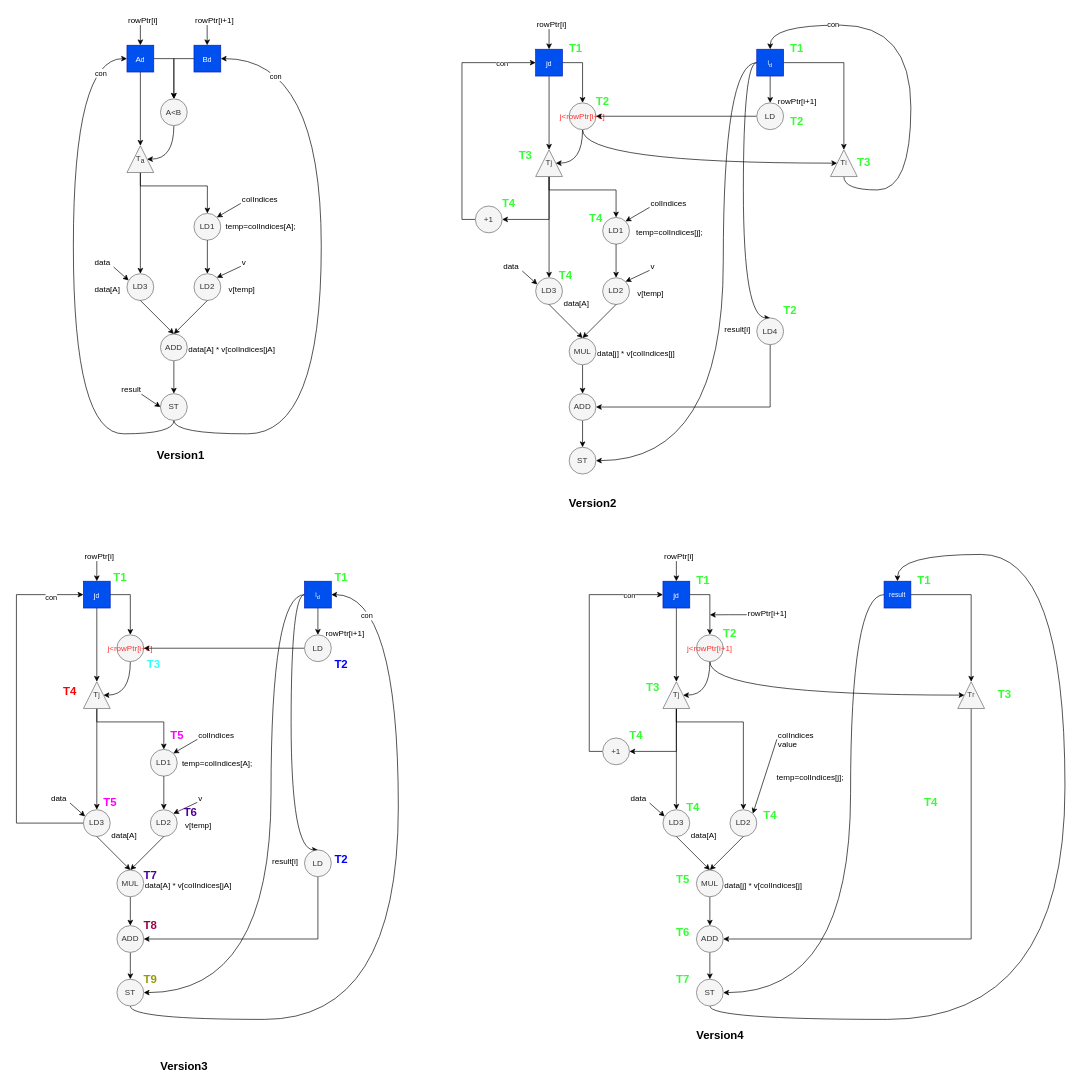
The draw.io diagram test01.drawio in HPC-SDC/Operator, before the edit. Source tidied: cells renumbered, new cells numbered last; positions are measured from the earlier drawing's top-left corner, leaving out a move shared by most shapes. Both pictures are drawn from the tidied source at 67%, with x=0, y=0 at pixel (16, 11).
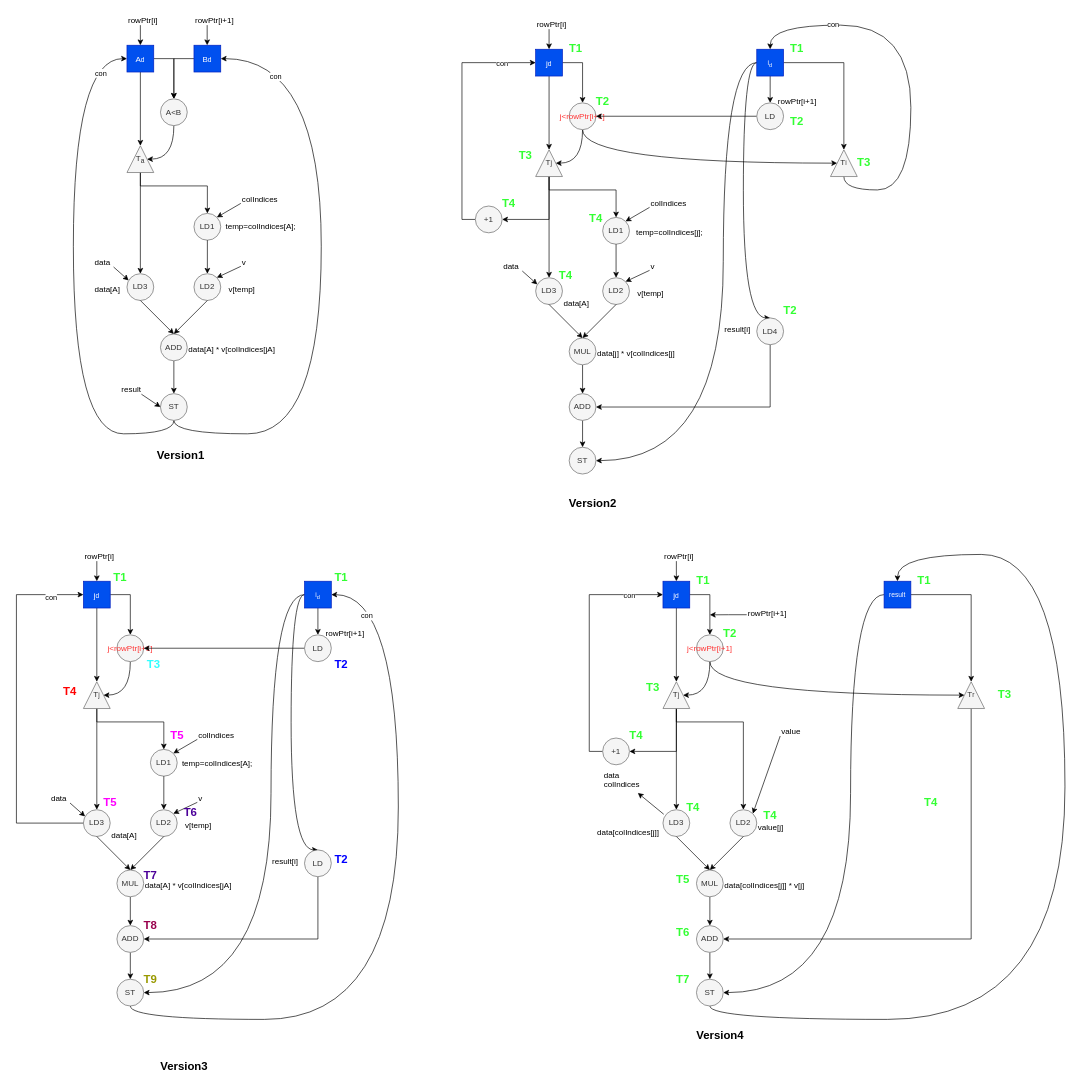
The same page after the edit.

The change refers to these unchanged cells:
```xml
<mxCell id="161" value="LD3" style="ellipse;whiteSpace=wrap;html=1;fillColor=#f5f5f5;fontColor=#333333;strokeColor=#666666;" parent="1" vertex="1">
  <mxGeometry x="965" y="1191" width="40" height="40" as="geometry" />
</mxCell>
```

The edit, as a diff of the source:
```diff
@@
-    <mxCell id="167" value="temp=colIndices[j];" style="text;strokeColor=none;align=center;fillColor=none;html=1;verticalAlign=middle;whiteSpace=wrap;rounded=0;" parent="1" vertex="1">
-      <mxGeometry x="1155" y="1130" width="60" height="26" as="geometry" />
-    </mxCell>
-    <mxCell id="168" value="data[A]" style="text;whiteSpace=wrap;" parent="1" vertex="1">
-      <mxGeometry x="1005" y="1215" width="70" height="40" as="geometry" />
+    <mxCell id="168" value="data[colIndices[j]]" style="text;whiteSpace=wrap;" parent="1" vertex="1">
+      <mxGeometry x="865" y="1211" width="150" height="40" as="geometry" />
     </mxCell>
-    <mxCell id="169" value="data[j] * v[colIndices[j]" style="text;whiteSpace=wrap;" parent="1" vertex="1">
-      <mxGeometry x="1055" y="1291" width="150" height="40" as="geometry" />
+    <mxCell id="169" value="data[colIndices[j]] * v[j]" style="text;whiteSpace=wrap;" parent="1" vertex="1">
+      <mxGeometry x="1055" y="1291" width="170" height="40" as="geometry" />
     </mxCell>
@@
-    <mxCell id="185" value="data" style="text;whiteSpace=wrap;" parent="1" vertex="1">
-      <mxGeometry x="915" y="1161" width="70" height="40" as="geometry" />
+    <mxCell id="185" value="data&#10;colIndices" style="text;whiteSpace=wrap;" parent="1" vertex="1">
+      <mxGeometry x="875" y="1126" width="70" height="40" as="geometry" />
     </mxCell>
-    <mxCell id="186" value="colIndices&#10;value" style="text;whiteSpace=wrap;" parent="1" vertex="1">
-      <mxGeometry x="1135" y="1066" width="70" height="40" as="geometry" />
+    <mxCell id="186" value="value" style="text;whiteSpace=wrap;" parent="1" vertex="1">
+      <mxGeometry x="1140" y="1061" width="70" height="40" as="geometry" />
     </mxCell>
-    <mxCell id="187" style="endArrow=classic;html=1;rounded=0;entryX=0.75;entryY=1;entryDx=0;entryDy=0;" parent="1" edge="1" target="185">
-      <mxGeometry relative="1" as="geometry">
-        <mxPoint x="945" y="1181" as="sourcePoint" />
-      </mxGeometry>
+    <mxCell id="187" style="endArrow=classic;html=1;rounded=0;entryX=0.75;entryY=1;entryDx=0;entryDy=0;exitX=0.029;exitY=0.17;exitDx=0;exitDy=0;exitPerimeter=0;" parent="1" edge="1" source="161" target="185">
+      <mxGeometry relative="1" as="geometry" />
     </mxCell>
@@
+    <mxCell id="213" value="value[j]" style="text;whiteSpace=wrap;" parent="1" vertex="1">
+      <mxGeometry x="1105" y="1204" width="70" height="40" as="geometry" />
+    </mxCell>
```
